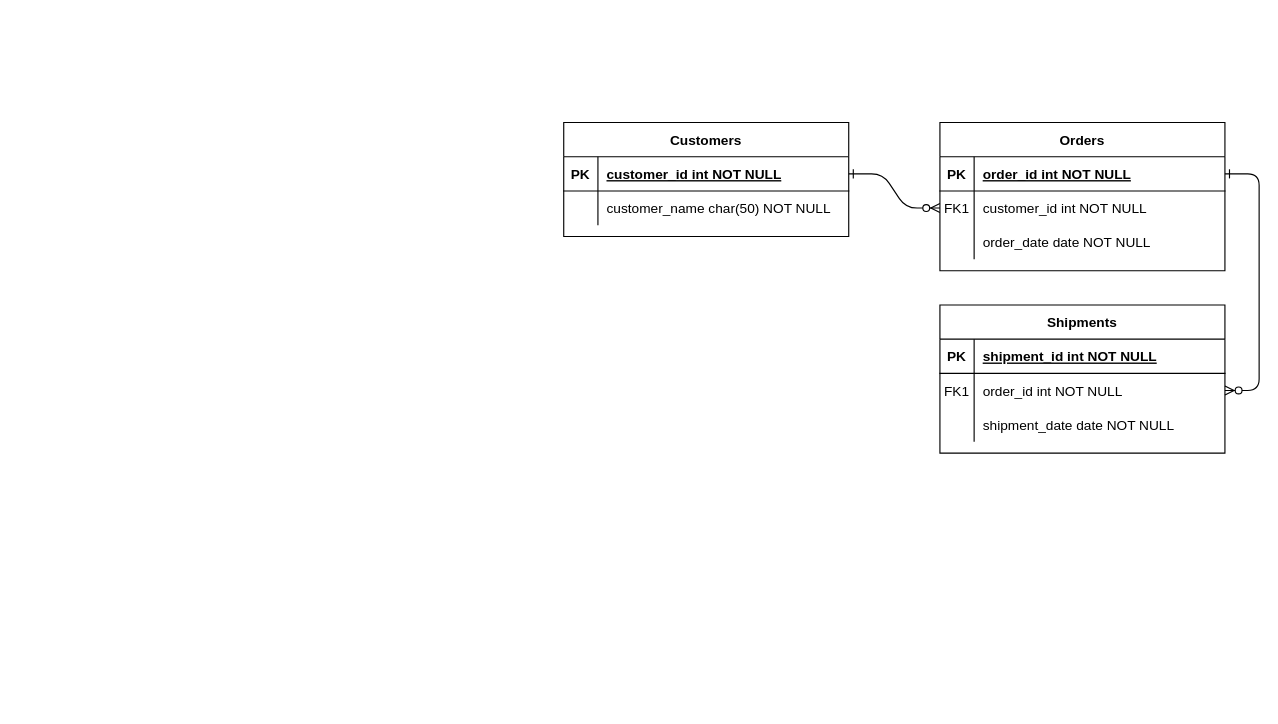
Earlier version of the draw.io diagram DBMedellinTurismo.drawio (Cat0428/Ingenier-a-Software-2). Source tidied: cells renumbered, new cells numbered last; positions are measured from the earlier drawing's top-left corner, leaving out a move shared by most shapes. Both pictures are drawn from the tidied source at 114%, with x=0, y=0 at pixel (563, 122).
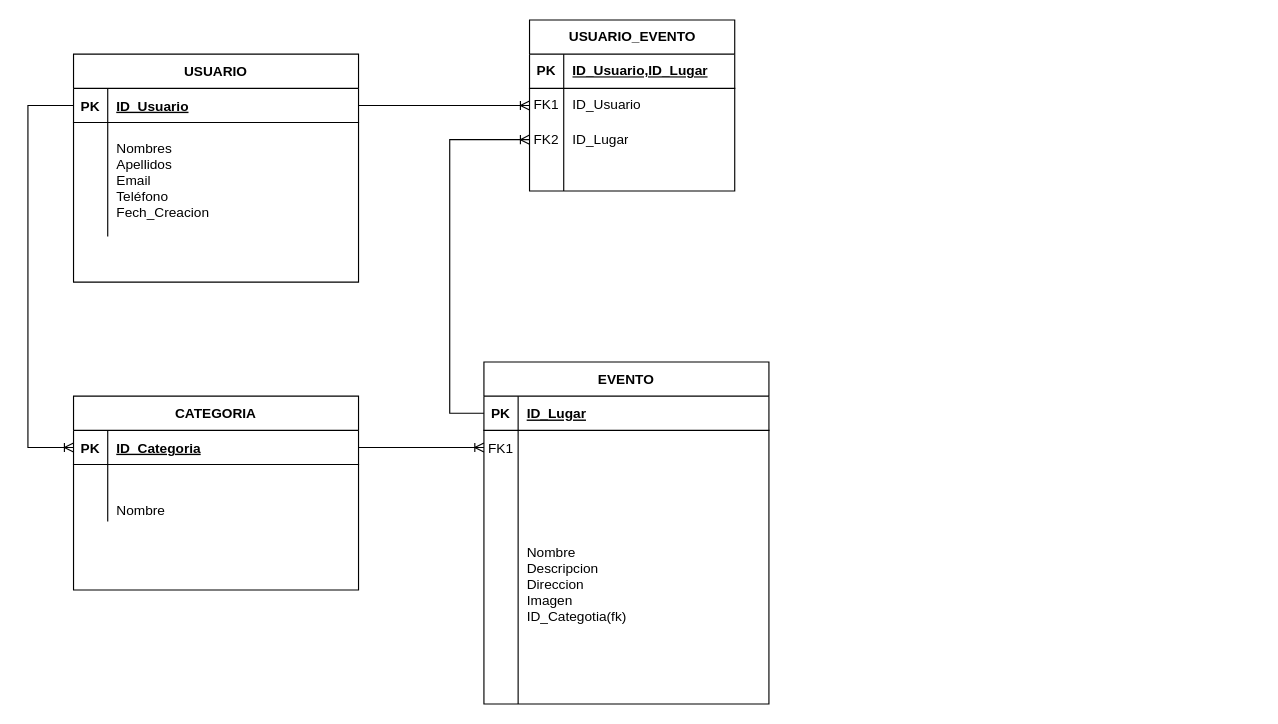
The same diagram, later.

Unchanged cells that the change refers to:
```xml
<mxCell id="5" style="shape=partialRectangle;fillColor=none;points=[[0,0.5],[1,0.5]];portConstraint=eastwest;top=0;left=0;right=0;bottom=1;" parent="4" vertex="1">
  <mxGeometry y="30" width="250" height="30" as="geometry" />
</mxCell>
<mxCell id="8" style="shape=partialRectangle;fillColor=none;points=[[0,0.5],[1,0.5]];portConstraint=eastwest;top=0;left=0;right=0;bottom=0;" parent="4" vertex="1">
  <mxGeometry y="60" width="250" height="30" as="geometry" />
</mxCell>
<mxCell id="15" style="shape=partialRectangle;fillColor=none;points=[[0,0.5],[1,0.5]];portConstraint=eastwest;top=0;left=0;right=0;bottom=1;" parent="14" vertex="1">
  <mxGeometry y="30" width="250" height="30" as="geometry" />
</mxCell>
<mxCell id="18" style="shape=partialRectangle;fillColor=none;points=[[0,0.5],[1,0.5]];portConstraint=eastwest;top=0;left=0;right=0;bottom=0;" parent="14" vertex="1">
  <mxGeometry y="60" width="250" height="30" as="geometry" />
</mxCell>
```

What changed in the source:
```diff
@@
-    <mxCell id="2" style="edgeStyle=entityRelationEdgeStyle;endArrow=ERzeroToMany;startArrow=ERone;endFill=1;startFill=0;" parent="1" edge="1" source="25" target="8">
-      <mxGeometry relative="1" as="geometry" />
-    </mxCell>
-    <mxCell id="3" style="edgeStyle=entityRelationEdgeStyle;endArrow=ERzeroToMany;startArrow=ERone;endFill=1;startFill=0;" parent="1" edge="1" source="5" target="18">
-      <mxGeometry relative="1" as="geometry" />
-    </mxCell>
-    <mxCell id="4" value="Orders" style="shape=table;startSize=30;childLayout=tableLayout;rowLines=0;fontStyle=1;align=center;" parent="1" vertex="1">
-      <mxGeometry x="330" width="250" height="130" as="geometry" />
+    <mxCell id="4" value="CATEGORIA" style="shape=table;startSize=30;childLayout=tableLayout;rowLines=0;fontStyle=1;align=center;" parent="1" vertex="1">
+      <mxGeometry x="-430" y="240" width="250" height="170" as="geometry" />
     </mxCell>
@@
-    <mxCell id="7" value="order_id int NOT NULL " style="shape=partialRectangle;overflow=hidden;fillColor=none;top=0;left=0;bottom=0;right=0;align=left;spacingLeft=6;fontStyle=5;" parent="5" vertex="1">
+    <mxCell id="7" value="ID_Categoria" style="shape=partialRectangle;overflow=hidden;fillColor=none;top=0;left=0;bottom=0;right=0;align=left;spacingLeft=6;fontStyle=5;" parent="5" vertex="1">
       <mxGeometry x="30" width="220" height="30" as="geometry" />
     </mxCell>
@@
-    <mxCell id="9" value="FK1" style="shape=partialRectangle;overflow=hidden;fillColor=none;top=0;left=0;bottom=0;right=0;" parent="8" vertex="1">
+    <mxCell id="9" style="shape=partialRectangle;overflow=hidden;fillColor=none;top=0;left=0;bottom=0;right=0;" parent="8" vertex="1">
       <mxGeometry width="30" height="30" as="geometry" />
     </mxCell>
-    <mxCell id="10" value="customer_id int NOT NULL" style="shape=partialRectangle;overflow=hidden;fillColor=none;top=0;left=0;bottom=0;right=0;align=left;spacingLeft=6;" parent="8" vertex="1">
+    <mxCell id="10" style="shape=partialRectangle;overflow=hidden;fillColor=none;top=0;left=0;bottom=0;right=0;align=left;spacingLeft=6;" parent="8" vertex="1">
       <mxGeometry x="30" width="220" height="30" as="geometry" />
     </mxCell>
     <mxCell id="11" style="shape=partialRectangle;fillColor=none;top=0;left=0;right=0;bottom=0;" parent="4" vertex="1">
-      <mxGeometry y="90" width="250" height="30" as="geometry" />
+      <mxGeometry y="90" width="250" height="20" as="geometry" />
     </mxCell>
     <mxCell id="12" style="shape=partialRectangle;overflow=hidden;fillColor=none;top=0;left=0;bottom=0;right=0;" parent="11" vertex="1">
-      <mxGeometry width="30" height="30" as="geometry" />
+      <mxGeometry width="30" height="20" as="geometry" />
     </mxCell>
-    <mxCell id="13" value="order_date date NOT NULL" style="shape=partialRectangle;overflow=hidden;fillColor=none;top=0;left=0;bottom=0;right=0;align=left;spacingLeft=6;" parent="11" vertex="1">
-      <mxGeometry x="30" width="220" height="30" as="geometry" />
+    <mxCell id="13" value="Nombre" style="shape=partialRectangle;overflow=hidden;fillColor=none;top=0;left=0;bottom=0;right=0;align=left;spacingLeft=6;" parent="11" vertex="1">
+      <mxGeometry x="30" width="220" height="20" as="geometry" />
     </mxCell>
+    <mxCell id="24" value="USUARIO" style="shape=table;startSize=30;childLayout=tableLayout;rowLines=0;fontStyle=1;align=center;" parent="1" vertex="1">
+      <mxGeometry x="-430" y="-60" width="250" height="200" as="geometry" />
+    </mxCell>
+    <mxCell id="25" style="shape=partialRectangle;fillColor=none;points=[[0,0.5],[1,0.5]];portConstraint=eastwest;top=0;left=0;right=0;bottom=1;" parent="24" vertex="1">
+      <mxGeometry y="30" width="250" height="30" as="geometry" />
+    </mxCell>
+    <mxCell id="26" value="PK" style="shape=partialRectangle;overflow=hidden;fillColor=none;top=0;left=0;bottom=0;right=0;fontStyle=1;" parent="25" vertex="1">
+      <mxGeometry width="30" height="30" as="geometry" />
+    </mxCell>
+    <mxCell id="27" value="ID_Usuario" style="shape=partialRectangle;overflow=hidden;fillColor=none;top=0;left=0;bottom=0;right=0;align=left;spacingLeft=6;fontStyle=5;" parent="25" vertex="1">
+      <mxGeometry x="30" width="220" height="30" as="geometry" />
+    </mxCell>
+    <mxCell id="28" style="shape=partialRectangle;fillColor=none;top=0;left=0;right=0;bottom=0;" parent="24" vertex="1">
+      <mxGeometry y="60" width="250" height="100" as="geometry" />
+    </mxCell>
+    <mxCell id="29" style="shape=partialRectangle;overflow=hidden;fillColor=none;top=0;left=0;bottom=0;right=0;" parent="28" vertex="1">
+      <mxGeometry width="30" height="100" as="geometry" />
+    </mxCell>
+    <mxCell id="30" value="&#10;Nombres&#10;Apellidos&#10;Email&#10;Teléfono&#10;Fech_Creacion&#10;&#10;" style="shape=partialRectangle;overflow=hidden;fillColor=none;top=0;left=0;bottom=0;right=0;align=left;spacingLeft=6;" parent="28" vertex="1">
+      <mxGeometry x="30" width="220" height="100" as="geometry" />
+    </mxCell>
-    <mxCell id="14" value="Shipments" style="shape=table;startSize=30;childLayout=tableLayout;rowLines=0;fontStyle=1;align=center;" parent="1" vertex="1">
-      <mxGeometry x="330" y="160" width="250" height="130" as="geometry" />
+    <mxCell id="14" value="EVENTO" style="shape=table;startSize=30;childLayout=tableLayout;rowLines=0;fontStyle=1;align=center;" parent="1" vertex="1">
+      <mxGeometry x="-70" y="210" width="250" height="300" as="geometry" />
     </mxCell>
@@
-    <mxCell id="17" value="shipment_id int NOT NULL " style="shape=partialRectangle;overflow=hidden;fillColor=none;top=0;left=0;bottom=0;right=0;align=left;spacingLeft=6;fontStyle=5;" parent="15" vertex="1">
+    <mxCell id="17" value="ID_Lugar" style="shape=partialRectangle;overflow=hidden;fillColor=none;top=0;left=0;bottom=0;right=0;align=left;spacingLeft=6;fontStyle=5;" parent="15" vertex="1">
       <mxGeometry x="30" width="220" height="30" as="geometry" />
     </mxCell>
@@
-    <mxCell id="20" value="order_id int NOT NULL" style="shape=partialRectangle;overflow=hidden;fillColor=none;top=0;left=0;bottom=0;right=0;align=left;spacingLeft=6;" parent="18" vertex="1">
+    <mxCell id="20" style="shape=partialRectangle;overflow=hidden;fillColor=none;top=0;left=0;bottom=0;right=0;align=left;spacingLeft=6;" parent="18" vertex="1">
       <mxGeometry x="30" width="220" height="30" as="geometry" />
     </mxCell>
     <mxCell id="21" style="shape=partialRectangle;fillColor=none;top=0;left=0;right=0;bottom=0;" parent="14" vertex="1">
-      <mxGeometry y="90" width="250" height="30" as="geometry" />
+      <mxGeometry y="90" width="250" height="210" as="geometry" />
     </mxCell>
     <mxCell id="22" style="shape=partialRectangle;overflow=hidden;fillColor=none;top=0;left=0;bottom=0;right=0;" parent="21" vertex="1">
-      <mxGeometry width="30" height="30" as="geometry" />
+      <mxGeometry width="30" height="210" as="geometry" />
     </mxCell>
-    <mxCell id="23" value="shipment_date date NOT NULL" style="shape=partialRectangle;overflow=hidden;fillColor=none;top=0;left=0;bottom=0;right=0;align=left;spacingLeft=6;" parent="21" vertex="1">
-      <mxGeometry x="30" width="220" height="30" as="geometry" />
+    <mxCell id="23" value="Nombre&#10;Descripcion&#10;Direccion&#10;Imagen&#10;ID_Categotia(fk)" style="shape=partialRectangle;overflow=hidden;fillColor=none;top=0;left=0;bottom=0;right=0;align=left;spacingLeft=6;" parent="21" vertex="1">
+      <mxGeometry x="30" width="220" height="210" as="geometry" />
     </mxCell>
-    <mxCell id="24" value="Customers" style="shape=table;startSize=30;childLayout=tableLayout;rowLines=0;fontStyle=1;align=center;" parent="1" vertex="1">
-      <mxGeometry width="250" height="100" as="geometry" />
-    </mxCell>
-    <mxCell id="25" style="shape=partialRectangle;fillColor=none;points=[[0,0.5],[1,0.5]];portConstraint=eastwest;top=0;left=0;right=0;bottom=1;" parent="24" vertex="1">
-      <mxGeometry y="30" width="250" height="30" as="geometry" />
-    </mxCell>
-    <mxCell id="26" value="PK" style="shape=partialRectangle;overflow=hidden;fillColor=none;top=0;left=0;bottom=0;right=0;fontStyle=1;" parent="25" vertex="1">
-      <mxGeometry width="30" height="30" as="geometry" />
-    </mxCell>
-    <mxCell id="27" value="customer_id int NOT NULL " style="shape=partialRectangle;overflow=hidden;fillColor=none;top=0;left=0;bottom=0;right=0;align=left;spacingLeft=6;fontStyle=5;" parent="25" vertex="1">
-      <mxGeometry x="30" width="220" height="30" as="geometry" />
-    </mxCell>
-    <mxCell id="28" style="shape=partialRectangle;fillColor=none;top=0;left=0;right=0;bottom=0;" parent="24" vertex="1">
-      <mxGeometry y="60" width="250" height="30" as="geometry" />
-    </mxCell>
-    <mxCell id="29" style="shape=partialRectangle;overflow=hidden;fillColor=none;top=0;left=0;bottom=0;right=0;" parent="28" vertex="1">
-      <mxGeometry width="30" height="30" as="geometry" />
-    </mxCell>
-    <mxCell id="30" value="customer_name char(50) NOT NULL" style="shape=partialRectangle;overflow=hidden;fillColor=none;top=0;left=0;bottom=0;right=0;align=left;spacingLeft=6;" parent="28" vertex="1">
-      <mxGeometry x="30" width="220" height="30" as="geometry" />
-    </mxCell>
+    <mxCell id="3" style="edgeStyle=entityRelationEdgeStyle;fontSize=12;html=1;endArrow=ERoneToMany;rounded=0;exitX=1;exitY=0.5;exitDx=0;exitDy=0;entryX=0;entryY=0.5;entryDx=0;entryDy=0;" parent="1" edge="1" source="5" target="18">
+      <mxGeometry relative="1" as="geometry" />
+    </mxCell>
+    <mxCell id="31" style="edgeStyle=elbowEdgeStyle;fontSize=12;html=1;endArrow=ERoneToMany;rounded=0;entryX=0;entryY=0.5;entryDx=0;entryDy=0;exitX=0;exitY=0.5;exitDx=0;exitDy=0;" parent="1" edge="1" source="25" target="5">
+      <mxGeometry relative="1" as="geometry">
+        <Array as="points">
+          <mxPoint x="-470" y="140" />
+        </Array>
+      </mxGeometry>
+    </mxCell>
+    <mxCell id="32" value="USUARIO_EVENTO" style="shape=table;startSize=30;childLayout=tableLayout;rowLines=0;fontStyle=1;align=center;html=1;" parent="1" vertex="1">
+      <mxGeometry x="-30" y="-90" width="180" height="150" as="geometry" />
+    </mxCell>
+    <mxCell id="33" style="shape=tableRow;horizontal=0;startSize=0;swimlaneHead=0;swimlaneBody=0;fillColor=none;top=0;left=0;right=0;bottom=1;" parent="32" vertex="1">
+      <mxGeometry y="30" width="180" height="30" as="geometry" />
+    </mxCell>
+    <mxCell id="34" value="PK" style="shape=partialRectangle;fillColor=none;top=0;left=0;bottom=0;right=0;fontStyle=1;overflow=hidden;whiteSpace=wrap;html=1;" parent="33" vertex="1">
+      <mxGeometry width="30" height="30" as="geometry" />
+    </mxCell>
+    <mxCell id="35" value="ID_Usuario,ID_Lugar" style="shape=partialRectangle;fillColor=none;top=0;left=0;bottom=0;right=0;align=left;spacingLeft=6;fontStyle=5;overflow=hidden;whiteSpace=wrap;html=1;" parent="33" vertex="1">
+      <mxGeometry x="30" width="150" height="30" as="geometry" />
+    </mxCell>
+    <mxCell id="36" style="shape=tableRow;horizontal=0;startSize=0;swimlaneHead=0;swimlaneBody=0;fillColor=none;points=[[0,0.5],[1,0.5]];portConstraint=eastwest;top=0;left=0;right=0;bottom=0;" parent="32" vertex="1">
+      <mxGeometry y="60" width="180" height="30" as="geometry" />
+    </mxCell>
+    <mxCell id="37" value="FK1" style="shape=partialRectangle;fillColor=none;top=0;left=0;bottom=0;right=0;overflow=hidden;whiteSpace=wrap;html=1;" parent="36" vertex="1">
+      <mxGeometry width="30" height="30" as="geometry" />
+    </mxCell>
+    <mxCell id="38" value="ID_Usuario" style="shape=partialRectangle;fillColor=none;top=0;left=0;bottom=0;right=0;align=left;spacingLeft=6;overflow=hidden;whiteSpace=wrap;html=1;" parent="36" vertex="1">
+      <mxGeometry x="30" width="150" height="30" as="geometry" />
+    </mxCell>
+    <mxCell id="39" style="shape=tableRow;horizontal=0;startSize=0;swimlaneHead=0;swimlaneBody=0;fillColor=none;points=[[0,0.5],[1,0.5]];portConstraint=eastwest;top=0;left=0;right=0;bottom=0;" parent="32" vertex="1">
+      <mxGeometry y="90" width="180" height="30" as="geometry" />
+    </mxCell>
+    <mxCell id="40" value="FK2" style="shape=partialRectangle;fillColor=none;top=0;left=0;bottom=0;right=0;overflow=hidden;whiteSpace=wrap;html=1;" parent="39" vertex="1">
+      <mxGeometry width="30" height="30" as="geometry" />
+    </mxCell>
+    <mxCell id="41" value="ID_Lugar" style="shape=partialRectangle;fillColor=none;top=0;left=0;bottom=0;right=0;align=left;spacingLeft=6;overflow=hidden;whiteSpace=wrap;html=1;" parent="39" vertex="1">
+      <mxGeometry x="30" width="150" height="30" as="geometry" />
+    </mxCell>
+    <mxCell id="42" style="shape=tableRow;horizontal=0;startSize=0;swimlaneHead=0;swimlaneBody=0;fillColor=none;top=0;left=0;right=0;bottom=0;" parent="32" vertex="1">
+      <mxGeometry y="120" width="180" height="30" as="geometry" />
+    </mxCell>
+    <mxCell id="43" style="shape=partialRectangle;fillColor=none;top=0;left=0;bottom=0;right=0;overflow=hidden;whiteSpace=wrap;html=1;" parent="42" vertex="1">
+      <mxGeometry width="30" height="30" as="geometry" />
+    </mxCell>
+    <mxCell id="44" style="shape=partialRectangle;fillColor=none;top=0;left=0;bottom=0;right=0;align=left;spacingLeft=6;overflow=hidden;whiteSpace=wrap;html=1;" parent="42" vertex="1">
+      <mxGeometry x="30" width="150" height="30" as="geometry" />
+    </mxCell>
+    <mxCell id="45" style="edgeStyle=entityRelationEdgeStyle;fontSize=12;html=1;endArrow=ERoneToMany;rounded=0;exitX=1;exitY=0.5;exitDx=0;exitDy=0;entryX=0;entryY=0.5;entryDx=0;entryDy=0;" parent="1" edge="1" source="25" target="36">
+      <mxGeometry relative="1" as="geometry" />
+    </mxCell>
+    <mxCell id="46" style="edgeStyle=elbowEdgeStyle;fontSize=12;html=1;endArrow=ERoneToMany;rounded=0;exitX=0;exitY=0.5;exitDx=0;exitDy=0;entryX=0;entryY=0.5;entryDx=0;entryDy=0;" parent="1" edge="1" source="15" target="39">
+      <mxGeometry relative="1" as="geometry">
+        <Array as="points">
+          <mxPoint x="-100" y="120" />
+        </Array>
+      </mxGeometry>
+    </mxCell>
```
